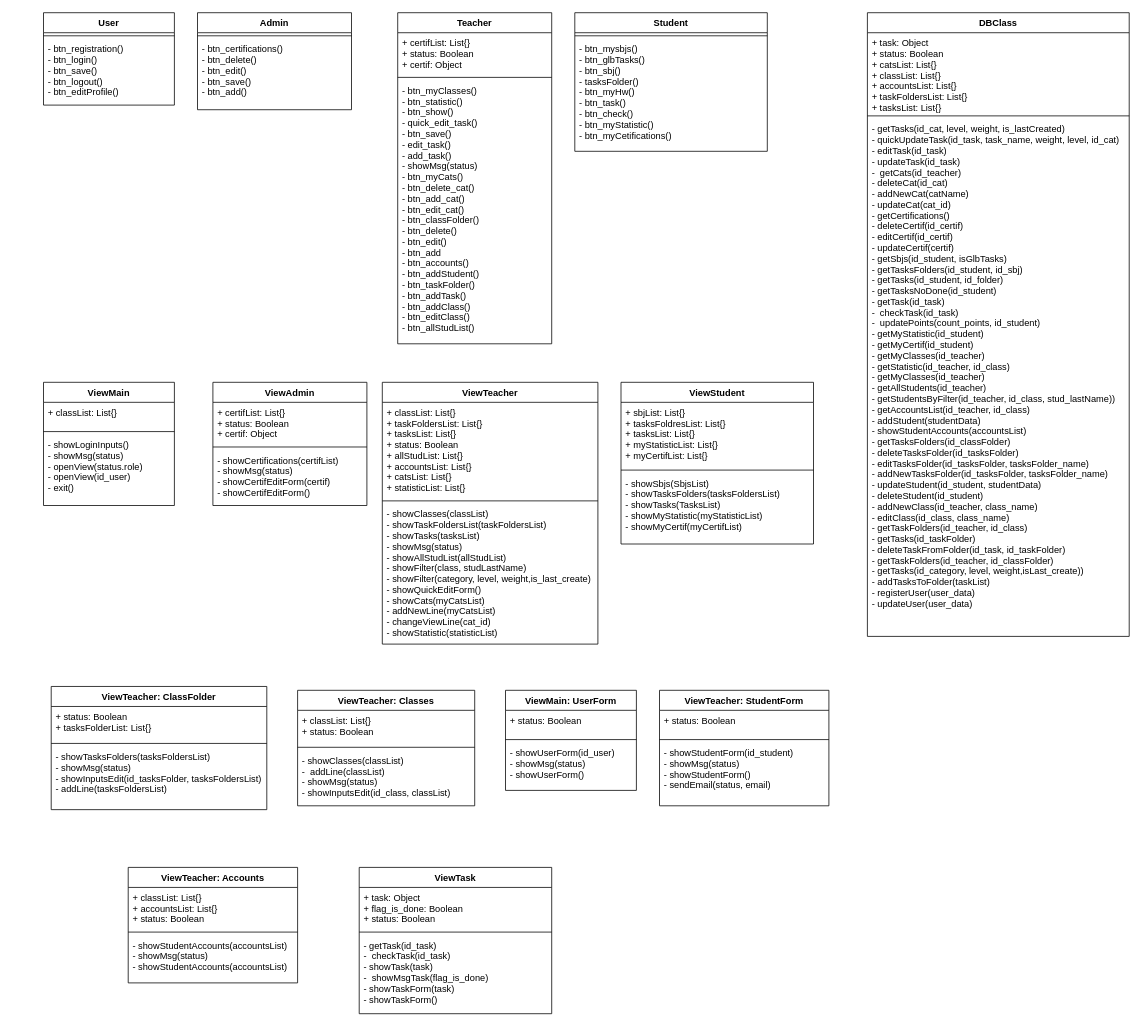
This is page "AllClasses" (9 of 9) of activity_diagram(all classes 28.1).drawio from alsousha/projectFinish, a draw.io file, before an edit. Source tidied: cells renumbered, new cells numbered last; positions are measured from the earlier drawing's top-left corner, leaving out a move shared by most shapes. Both pictures are drawn from the tidied source at 77%, with x=0, y=0 at pixel (43, 12).
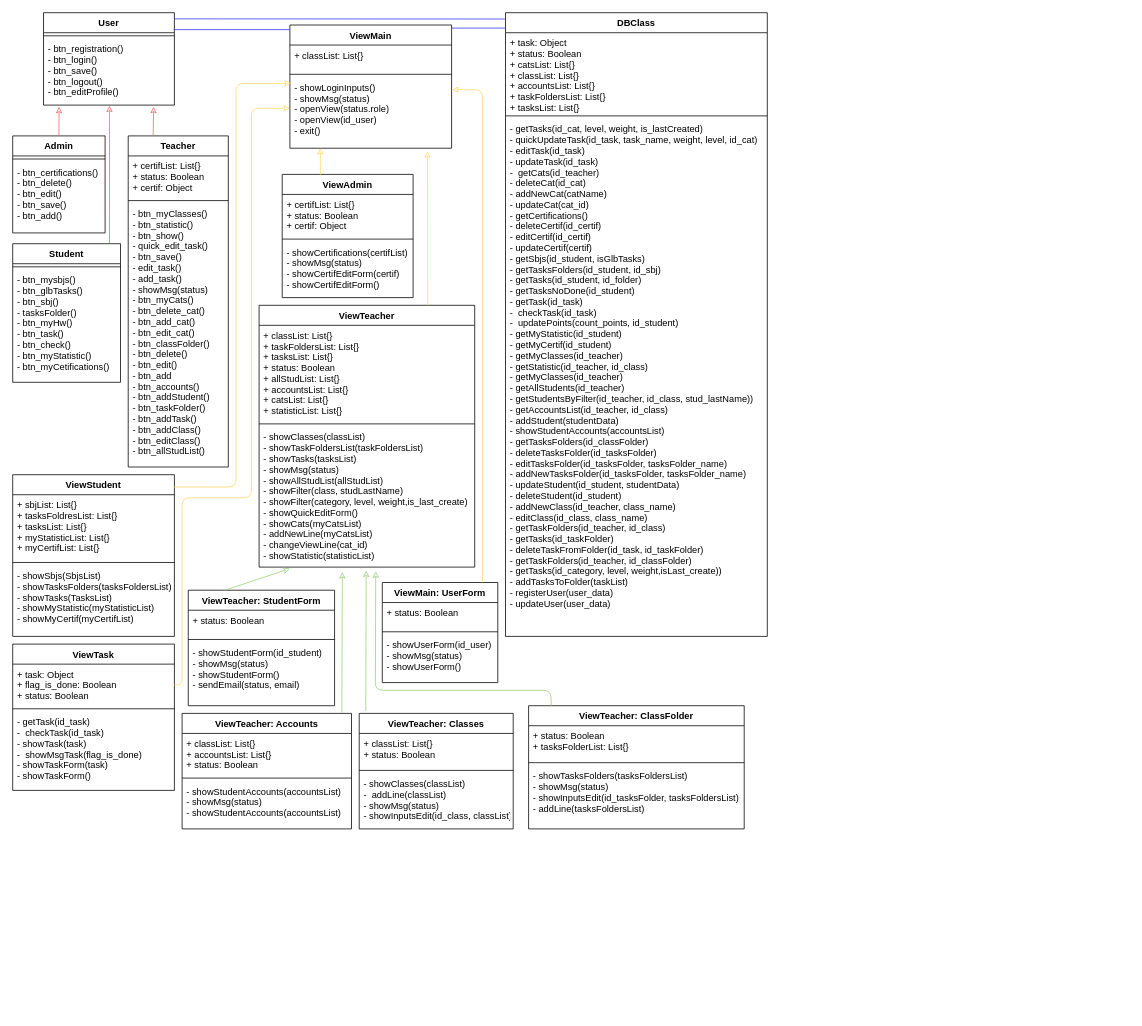
Above is the later version.

The change refers to these unchanged cells:
```xml
<mxCell id="35" value="- showClasses(classList)&#10;- showTaskFoldersList(taskFoldersList)&#10;- showTasks(tasksList)&#10;- showMsg(status)&#10;- showAllStudList(allStudList)&#10;- showFilter(class, studLastName)&#10;- showFilter(category, level, weight,is_last_create)&#10;- showQuickEditForm()&#10;- showCats(myCatsList)&#10;- addNewLine(myCatsList)&#10;- changeViewLine(cat_id)&#10;- showStatistic(statisticList)&#10;&#10;&#10;&#10;" style="text;strokeColor=none;fillColor=none;align=left;verticalAlign=top;spacingLeft=4;spacingRight=4;overflow=hidden;points=[[0,0.5],[1,0.5]];portConstraint=eastwest;" parent="32" vertex="1">
  <mxGeometry y="158" width="280" height="182" as="geometry" />
</mxCell>
<mxCell id="50" value="- btn_registration()&#10;- btn_login()&#10;- btn_save()&#10;- btn_logout()&#10;- btn_editProfile()" style="text;strokeColor=none;fillColor=none;align=left;verticalAlign=top;spacingLeft=4;spacingRight=4;overflow=hidden;points=[[0,0.5],[1,0.5]];portConstraint=eastwest;" parent="48" vertex="1">
  <mxGeometry y="34" width="170" height="86" as="geometry" />
</mxCell>
```

Change to the diagram source:
```diff
@@
     <mxCell id="2" value="Student" style="swimlane;fontStyle=1;align=center;verticalAlign=top;horizontal=1;startSize=26;" parent="1" vertex="1">
-      <mxGeometry x="690" width="250" height="180" as="geometry" />
+      <mxGeometry x="-40" y="300" width="140" height="180" as="geometry" />
     </mxCell>
     <mxCell id="3" style="line;strokeWidth=1;fillColor=none;align=left;verticalAlign=middle;spacingTop=-1;spacingLeft=3;spacingRight=3;labelPosition=right;" parent="2" vertex="1">
-      <mxGeometry y="26" width="250" height="8" as="geometry" />
+      <mxGeometry y="26" width="140" height="8" as="geometry" />
     </mxCell>
     <mxCell id="4" value="- btn_mysbjs()&#10;- btn_glbTasks()&#10;- btn_sbj()&#10;- tasksFolder()&#10;- btn_myHw()&#10;- btn_task()&#10;- btn_check()&#10;- btn_myStatistic()&#10;- btn_myCetifications()&#10;&#10;&#10;&#10;" style="text;strokeColor=none;fillColor=none;align=left;verticalAlign=top;spacingLeft=4;spacingRight=4;overflow=hidden;" parent="2" vertex="1">
-      <mxGeometry y="34" width="250" height="146" as="geometry" />
+      <mxGeometry y="34" width="140" height="146" as="geometry" />
     </mxCell>
     <mxCell id="5" value="ViewStudent" style="swimlane;fontStyle=1;align=center;verticalAlign=top;horizontal=1;startSize=26;" parent="1" vertex="1">
-      <mxGeometry x="750" y="480" width="250" height="210" as="geometry" />
+      <mxGeometry x="-40" y="600" width="210" height="210" as="geometry" />
     </mxCell>
     <mxCell id="6" value="+ sbjList: List{}&#10;+ tasksFoldresList: List{}&#10;+ tasksList: List{}&#10;+ myStatisticList: List{}&#10;+ myCertifList: List{}&#10;" style="text;strokeColor=none;fillColor=none;align=left;verticalAlign=top;spacingLeft=4;spacingRight=4;overflow=hidden;" parent="5" vertex="1">
-      <mxGeometry y="26" width="250" height="84" as="geometry" />
+      <mxGeometry y="26" width="210" height="84" as="geometry" />
     </mxCell>
     <mxCell id="7" style="line;strokeWidth=1;fillColor=none;align=left;verticalAlign=middle;spacingTop=-1;spacingLeft=3;spacingRight=3;labelPosition=right;" parent="5" vertex="1">
-      <mxGeometry y="110" width="250" height="8" as="geometry" />
+      <mxGeometry y="110" width="210" height="8" as="geometry" />
     </mxCell>
     <mxCell id="8" value="- showSbjs(SbjsList)&#10;- showTasksFolders(tasksFoldersList)&#10;- showTasks(TasksList)&#10;- showMyStatistic(myStatisticList)&#10;- showMyCertif(myCertifList)&#10;&#10;" style="text;strokeColor=none;fillColor=none;align=left;verticalAlign=top;spacingLeft=4;spacingRight=4;overflow=hidden;" parent="5" vertex="1">
-      <mxGeometry y="118" width="250" height="92" as="geometry" />
+      <mxGeometry y="118" width="210" height="92" as="geometry" />
     </mxCell>
     <mxCell id="9" value="ViewTask" style="swimlane;fontStyle=1;align=center;verticalAlign=top;horizontal=1;startSize=26;" parent="1" vertex="1">
-      <mxGeometry x="410" y="1110" width="250" height="190" as="geometry" />
+      <mxGeometry x="-40" y="820" width="210" height="190" as="geometry" />
     </mxCell>
     <mxCell id="10" value="+ task: Object&#10;+ flag_is_done: Boolean&#10;+ status: Boolean" style="text;strokeColor=none;fillColor=none;align=left;verticalAlign=top;spacingLeft=4;spacingRight=4;overflow=hidden;points=[[0,0.5],[1,0.5]];portConstraint=eastwest;" parent="9" vertex="1">
-      <mxGeometry y="26" width="250" height="54" as="geometry" />
+      <mxGeometry y="26" width="210" height="54" as="geometry" />
     </mxCell>
     <mxCell id="11" style="line;strokeWidth=1;fillColor=none;align=left;verticalAlign=middle;spacingTop=-1;spacingLeft=3;spacingRight=3;labelPosition=right;" parent="9" vertex="1">
-      <mxGeometry y="80" width="250" height="8" as="geometry" />
+      <mxGeometry y="80" width="210" height="8" as="geometry" />
     </mxCell>
     <mxCell id="12" value="- getTask(id_task)&#10;-  checkTask(id_task)&#10;- showTask(task)&#10;-  showMsgTask(flag_is_done)&#10;- showTaskForm(task)&#10;- showTaskForm()" style="text;strokeColor=none;fillColor=none;align=left;verticalAlign=top;spacingLeft=4;spacingRight=4;overflow=hidden;" parent="9" vertex="1">
-      <mxGeometry y="88" width="250" height="102" as="geometry" />
+      <mxGeometry y="88" width="210" height="102" as="geometry" />
     </mxCell>
     <mxCell id="13" value="DBClass" style="swimlane;fontStyle=1;align=center;verticalAlign=top;horizontal=1;startSize=26;" parent="1" vertex="1">
-      <mxGeometry x="1070" width="340" height="810" as="geometry" />
+      <mxGeometry x="600" width="340" height="810" as="geometry" />
     </mxCell>
+    <mxCell id="59" style="endArrow=none;html=1;strokeColor=#3333FF;" parent="13" edge="1">
+      <mxGeometry relative="1" as="geometry">
+        <mxPoint x="-70" y="20" as="sourcePoint" />
+        <mxPoint y="20" as="targetPoint" />
+      </mxGeometry>
+    </mxCell>
@@
     <mxCell id="17" value="Admin" style="swimlane;fontStyle=1;align=center;verticalAlign=top;horizontal=1;startSize=26;" parent="1" vertex="1">
-      <mxGeometry x="200" width="200" height="126" as="geometry" />
+      <mxGeometry x="-40" y="160" width="120" height="126" as="geometry" />
     </mxCell>
     <mxCell id="18" style="line;strokeWidth=1;fillColor=none;align=left;verticalAlign=middle;spacingTop=-1;spacingLeft=3;spacingRight=3;labelPosition=right;" parent="17" vertex="1">
-      <mxGeometry y="26" width="200" height="8" as="geometry" />
+      <mxGeometry y="26" width="120" height="8" as="geometry" />
     </mxCell>
     <mxCell id="19" value="- btn_certifications()&#10;- btn_delete()&#10;- btn_edit()&#10;- btn_save()&#10;- btn_add()&#10;&#10;" style="text;strokeColor=none;fillColor=none;align=left;verticalAlign=top;spacingLeft=4;spacingRight=4;overflow=hidden;" parent="17" vertex="1">
-      <mxGeometry y="34" width="200" height="92" as="geometry" />
+      <mxGeometry y="34" width="120" height="92" as="geometry" />
     </mxCell>
     <mxCell id="20" value="ViewAdmin" style="swimlane;fontStyle=1;align=center;verticalAlign=top;horizontal=1;startSize=26;" parent="1" vertex="1">
-      <mxGeometry x="220" y="480" width="200" height="160" as="geometry" />
+      <mxGeometry x="310" y="210" width="170" height="160" as="geometry" />
     </mxCell>
     <mxCell id="21" value="+ certifList: List{}&#10;+ status: Boolean&#10;+ certif: Object&#10;" style="text;strokeColor=none;fillColor=none;align=left;verticalAlign=top;spacingLeft=4;spacingRight=4;overflow=hidden;" parent="20" vertex="1">
-      <mxGeometry y="26" width="200" height="54" as="geometry" />
+      <mxGeometry y="26" width="170" height="54" as="geometry" />
     </mxCell>
     <mxCell id="22" style="line;strokeWidth=1;fillColor=none;align=left;verticalAlign=middle;spacingTop=-1;spacingLeft=3;spacingRight=3;labelPosition=right;" parent="20" vertex="1">
-      <mxGeometry y="80" width="200" height="8" as="geometry" />
+      <mxGeometry y="80" width="170" height="8" as="geometry" />
     </mxCell>
     <mxCell id="23" value="- showCertifications(certifList)&#10;- showMsg(status)&#10;- showCertifEditForm(certif)&#10;- showCertifEditForm()&#10;&#10;&#10;" style="text;strokeColor=none;fillColor=none;align=left;verticalAlign=top;spacingLeft=4;spacingRight=4;overflow=hidden;" parent="20" vertex="1">
-      <mxGeometry y="88" width="200" height="72" as="geometry" />
+      <mxGeometry y="88" width="170" height="72" as="geometry" />
     </mxCell>
     <mxCell id="24" value="Teacher" style="swimlane;fontStyle=1;align=center;verticalAlign=top;horizontal=1;startSize=26;" parent="1" vertex="1">
-      <mxGeometry x="460" width="200" height="430" as="geometry" />
+      <mxGeometry x="110" y="160" width="130" height="430" as="geometry" />
     </mxCell>
     <mxCell id="25" value="+ certifList: List{}&#10;+ status: Boolean&#10;+ certif: Object&#10;" style="text;strokeColor=none;fillColor=none;align=left;verticalAlign=top;spacingLeft=4;spacingRight=4;overflow=hidden;" parent="24" vertex="1">
-      <mxGeometry y="26" width="200" height="54" as="geometry" />
+      <mxGeometry y="26" width="130" height="54" as="geometry" />
     </mxCell>
     <mxCell id="26" style="line;strokeWidth=1;fillColor=none;align=left;verticalAlign=middle;spacingTop=-1;spacingLeft=3;spacingRight=3;labelPosition=right;" parent="24" vertex="1">
-      <mxGeometry y="80" width="200" height="8" as="geometry" />
+      <mxGeometry y="80" width="130" height="8" as="geometry" />
     </mxCell>
     <mxCell id="27" value="- btn_myClasses()&#10;- btn_statistic()&#10;- btn_show()&#10;- quick_edit_task()&#10;- btn_save()&#10;- edit_task()&#10;- add_task()&#10;- showMsg(status)&#10;- btn_myCats()&#10;- btn_delete_cat()&#10;- btn_add_cat()&#10;- btn_edit_cat()&#10;- btn_classFolder()&#10;- btn_delete()&#10;- btn_edit()&#10;- btn_add&#10;- btn_accounts()&#10;- btn_addStudent()&#10;- btn_taskFolder()&#10;- btn_addTask()&#10;- btn_addClass()&#10;- btn_editClass()&#10;- btn_allStudList()&#10;&#10;&#10;" style="text;strokeColor=none;fillColor=none;align=left;verticalAlign=top;spacingLeft=4;spacingRight=4;overflow=hidden;" parent="24" vertex="1">
-      <mxGeometry y="88" width="200" height="342" as="geometry" />
+      <mxGeometry y="88" width="130" height="342" as="geometry" />
     </mxCell>
     <mxCell id="28" value="ViewTeacher: Classes" style="swimlane;fontStyle=1;align=center;verticalAlign=top;horizontal=1;startSize=26;" parent="1" vertex="1">
-      <mxGeometry x="330" y="880" width="230" height="150" as="geometry" />
+      <mxGeometry x="410" y="910" width="200" height="150" as="geometry" />
     </mxCell>
     <mxCell id="29" value="+ classList: List{}&#10;+ status: Boolean" style="text;strokeColor=none;fillColor=none;align=left;verticalAlign=top;spacingLeft=4;spacingRight=4;overflow=hidden;" parent="28" vertex="1">
-      <mxGeometry y="26" width="230" height="44" as="geometry" />
+      <mxGeometry y="26" width="200" height="44" as="geometry" />
     </mxCell>
     <mxCell id="30" style="line;strokeWidth=1;fillColor=none;align=left;verticalAlign=middle;spacingTop=-1;spacingLeft=3;spacingRight=3;labelPosition=right;" parent="28" vertex="1">
-      <mxGeometry y="70" width="230" height="8" as="geometry" />
+      <mxGeometry y="70" width="200" height="8" as="geometry" />
     </mxCell>
     <mxCell id="31" value="- showClasses(classList)&#10;-  addLine(classList)&#10;- showMsg(status)&#10;- showInputsEdit(id_class, classList)&#10;&#10;&#10;" style="text;strokeColor=none;fillColor=none;align=left;verticalAlign=top;spacingLeft=4;spacingRight=4;overflow=hidden;" parent="28" vertex="1">
-      <mxGeometry y="78" width="230" height="72" as="geometry" />
+      <mxGeometry y="78" width="200" height="72" as="geometry" />
     </mxCell>
     <mxCell id="32" value="ViewTeacher" style="swimlane;fontStyle=1;align=center;verticalAlign=top;horizontal=1;startSize=26;" parent="1" vertex="1">
-      <mxGeometry x="440" y="480" width="280" height="340" as="geometry" />
+      <mxGeometry x="280" y="380" width="280" height="340" as="geometry" />
     </mxCell>
@@
     <mxCell id="36" value="ViewTeacher: ClassFolder" style="swimlane;fontStyle=1;align=center;verticalAlign=top;horizontal=1;startSize=26;" parent="1" vertex="1">
-      <mxGeometry x="10" y="875" width="280" height="160" as="geometry" />
+      <mxGeometry x="630" y="900" width="280" height="160" as="geometry" />
     </mxCell>
@@
     <mxCell id="40" value="ViewTeacher: StudentForm" style="swimlane;fontStyle=1;align=center;verticalAlign=top;horizontal=1;startSize=26;" parent="1" vertex="1">
-      <mxGeometry x="800" y="880" width="220" height="150" as="geometry" />
+      <mxGeometry x="188" y="750" width="190" height="150" as="geometry" />
     </mxCell>
     <mxCell id="41" value="+ status: Boolean" style="text;strokeColor=none;fillColor=none;align=left;verticalAlign=top;spacingLeft=4;spacingRight=4;overflow=hidden;" parent="40" vertex="1">
-      <mxGeometry y="26" width="220" height="34" as="geometry" />
+      <mxGeometry y="26" width="190" height="34" as="geometry" />
     </mxCell>
     <mxCell id="42" style="line;strokeWidth=1;fillColor=none;align=left;verticalAlign=middle;spacingTop=-1;spacingLeft=3;spacingRight=3;labelPosition=right;" parent="40" vertex="1">
-      <mxGeometry y="60" width="220" height="8" as="geometry" />
+      <mxGeometry y="60" width="190" height="8" as="geometry" />
     </mxCell>
     <mxCell id="43" value="- showStudentForm(id_student)&#10;- showMsg(status)&#10;- showStudentForm()&#10;- sendEmail(status, email)&#10;" style="text;strokeColor=none;fillColor=none;align=left;verticalAlign=top;spacingLeft=4;spacingRight=4;overflow=hidden;" parent="40" vertex="1">
-      <mxGeometry y="68" width="220" height="82" as="geometry" />
+      <mxGeometry y="68" width="190" height="82" as="geometry" />
     </mxCell>
     <mxCell id="44" value="ViewTeacher: Accounts" style="swimlane;fontStyle=1;align=center;verticalAlign=top;horizontal=1;startSize=26;" parent="1" vertex="1">
-      <mxGeometry x="110" y="1110" width="220" height="150" as="geometry" />
+      <mxGeometry x="180" y="910" width="220" height="150" as="geometry" />
     </mxCell>
@@
     <mxCell id="51" value="ViewMain" style="swimlane;fontStyle=1;align=center;verticalAlign=top;horizontal=1;startSize=26;" parent="1" vertex="1">
-      <mxGeometry y="480" width="170" height="160" as="geometry" />
+      <mxGeometry x="320" y="16" width="210" height="160" as="geometry" />
     </mxCell>
     <mxCell id="52" value="+ classList: List{}&#10;" style="text;strokeColor=none;fillColor=none;align=left;verticalAlign=top;spacingLeft=4;spacingRight=4;overflow=hidden;" parent="51" vertex="1">
-      <mxGeometry y="26" width="170" height="34" as="geometry" />
+      <mxGeometry y="26" width="210" height="34" as="geometry" />
     </mxCell>
     <mxCell id="53" style="line;strokeWidth=1;fillColor=none;align=left;verticalAlign=middle;spacingTop=-1;spacingLeft=3;spacingRight=3;labelPosition=right;" parent="51" vertex="1">
-      <mxGeometry y="60" width="170" height="8" as="geometry" />
+      <mxGeometry y="60" width="210" height="8" as="geometry" />
     </mxCell>
     <mxCell id="54" value="- showLoginInputs()&#10;- showMsg(status)&#10;- openView(status.role)&#10;- openView(id_user)&#10;- exit()&#10;" style="text;strokeColor=none;fillColor=none;align=left;verticalAlign=top;spacingLeft=4;spacingRight=4;overflow=hidden;points=[[0,0.5],[1,0.5]];portConstraint=eastwest;" parent="51" vertex="1">
-      <mxGeometry y="68" width="170" height="92" as="geometry" />
+      <mxGeometry y="68" width="210" height="92" as="geometry" />
     </mxCell>
     <mxCell id="55" value="ViewMain: UserForm" style="swimlane;fontStyle=1;align=center;verticalAlign=top;horizontal=1;startSize=26;" parent="1" vertex="1">
-      <mxGeometry x="600" y="880" width="170" height="130" as="geometry" />
+      <mxGeometry x="440" y="740" width="150" height="130" as="geometry" />
     </mxCell>
     <mxCell id="56" value="+ status: Boolean" style="text;strokeColor=none;fillColor=none;align=left;verticalAlign=top;spacingLeft=4;spacingRight=4;overflow=hidden;" parent="55" vertex="1">
-      <mxGeometry y="26" width="170" height="34" as="geometry" />
+      <mxGeometry y="26" width="150" height="34" as="geometry" />
     </mxCell>
     <mxCell id="57" style="line;strokeWidth=1;fillColor=none;align=left;verticalAlign=middle;spacingTop=-1;spacingLeft=3;spacingRight=3;labelPosition=right;" parent="55" vertex="1">
-      <mxGeometry y="60" width="170" height="8" as="geometry" />
+      <mxGeometry y="60" width="150" height="8" as="geometry" />
     </mxCell>
     <mxCell id="58" value="- showUserForm(id_user)&#10;- showMsg(status)&#10;- showUserForm()&#10;" style="text;strokeColor=none;fillColor=none;align=left;verticalAlign=top;spacingLeft=4;spacingRight=4;overflow=hidden;" parent="55" vertex="1">
-      <mxGeometry y="68" width="170" height="62" as="geometry" />
+      <mxGeometry y="68" width="150" height="62" as="geometry" />
     </mxCell>
+    <mxCell id="60" style="endArrow=classic;html=1;exitX=0.5;exitY=0;exitDx=0;exitDy=0;entryX=0.119;entryY=1.024;entryDx=0;entryDy=0;entryPerimeter=0;endFill=0;strokeColor=#EA6B66;" parent="1" edge="1" source="17" target="50">
+      <mxGeometry relative="1" as="geometry" />
+    </mxCell>
+    <mxCell id="61" style="endArrow=classic;html=1;exitX=0.898;exitY=-0.003;exitDx=0;exitDy=0;endFill=0;exitPerimeter=0;entryX=0.504;entryY=1.007;entryDx=0;entryDy=0;entryPerimeter=0;strokeColor=#EA6B66;" parent="1" edge="1" source="2" target="50">
+      <mxGeometry relative="1" as="geometry" />
+    </mxCell>
+    <mxCell id="62" style="endArrow=classic;html=1;exitX=0.25;exitY=0;exitDx=0;exitDy=0;entryX=0.841;entryY=1.024;entryDx=0;entryDy=0;entryPerimeter=0;endFill=0;strokeColor=#EA6B66;" parent="1" edge="1" source="24" target="50">
+      <mxGeometry relative="1" as="geometry" />
+    </mxCell>
+    <mxCell id="63" style="endArrow=classic;html=1;exitX=0.292;exitY=0.002;exitDx=0;exitDy=0;endFill=0;exitPerimeter=0;strokeColor=#FFD966;entryX=0.188;entryY=0.997;entryDx=0;entryDy=0;entryPerimeter=0;" parent="1" edge="1" source="20" target="54">
+      <mxGeometry relative="1" as="geometry" />
+    </mxCell>
+    <mxCell id="64" style="endArrow=classic;html=1;exitX=0.75;exitY=0;exitDx=0;exitDy=0;entryX=0.999;entryY=1;entryDx=0;entryDy=0;entryPerimeter=0;endFill=0;strokeColor=#FFD966;" parent="1" edge="1">
+      <mxGeometry relative="1" as="geometry">
+        <mxPoint x="499" y="380" as="sourcePoint" />
+        <mxPoint x="498.8" y="180" as="targetPoint" />
+      </mxGeometry>
+    </mxCell>
+    <mxCell id="65" style="endArrow=classic;html=1;exitX=1;exitY=0.5;exitDx=0;exitDy=0;entryX=0;entryY=0.437;entryDx=0;entryDy=0;entryPerimeter=0;endFill=0;strokeColor=#FFD966;" parent="1" edge="1" source="10" target="54">
+      <mxGeometry relative="1" as="geometry">
+        <Array as="points">
+          <mxPoint x="180" y="873" />
+          <mxPoint x="180" y="630" />
+          <mxPoint x="270" y="630" />
+          <mxPoint x="270" y="124" />
+        </Array>
+      </mxGeometry>
+    </mxCell>
+    <mxCell id="66" style="endArrow=classic;html=1;exitX=0.999;exitY=0.076;exitDx=0;exitDy=0;entryX=0.006;entryY=0.087;entryDx=0;entryDy=0;entryPerimeter=0;endFill=0;exitPerimeter=0;strokeColor=#FFD966;" parent="1" edge="1" source="5" target="54">
+      <mxGeometry relative="1" as="geometry">
+        <Array as="points">
+          <mxPoint x="250" y="616" />
+          <mxPoint x="250" y="92" />
+        </Array>
+      </mxGeometry>
+    </mxCell>
+    <mxCell id="67" style="endArrow=classic;html=1;entryX=1.003;entryY=0.174;entryDx=0;entryDy=0;entryPerimeter=0;endFill=0;strokeColor=#FFD966;" parent="1" edge="1" target="54">
+      <mxGeometry relative="1" as="geometry">
+        <mxPoint x="570" y="740" as="sourcePoint" />
+        <Array as="points">
+          <mxPoint x="570" y="100" />
+        </Array>
+      </mxGeometry>
+    </mxCell>
+    <mxCell id="68" style="endArrow=classic;html=1;exitX=0.25;exitY=0;exitDx=0;exitDy=0;endFill=0;strokeColor=#97D077;" parent="1" edge="1" source="40">
+      <mxGeometry relative="1" as="geometry">
+        <mxPoint x="320" y="722" as="targetPoint" />
+      </mxGeometry>
+    </mxCell>
+    <mxCell id="69" style="endArrow=classic;html=1;exitX=0.105;exitY=0;exitDx=0;exitDy=0;entryX=0.541;entryY=1.031;entryDx=0;entryDy=0;entryPerimeter=0;endFill=0;strokeColor=#97D077;exitPerimeter=0;" parent="1" edge="1" source="36" target="35">
+      <mxGeometry relative="1" as="geometry">
+        <Array as="points">
+          <mxPoint x="659" y="880" />
+          <mxPoint x="431" y="880" />
+        </Array>
+      </mxGeometry>
+    </mxCell>
+    <mxCell id="70" style="endArrow=classic;html=1;exitX=0.943;exitY=-0.008;exitDx=0;exitDy=0;endFill=0;strokeColor=#97D077;exitPerimeter=0;entryX=0.386;entryY=1.035;entryDx=0;entryDy=0;entryPerimeter=0;" parent="1" edge="1" source="44" target="35">
+      <mxGeometry relative="1" as="geometry" />
+    </mxCell>
+    <mxCell id="71" style="endArrow=classic;html=1;exitX=0.943;exitY=-0.008;exitDx=0;exitDy=0;endFill=0;strokeColor=#97D077;exitPerimeter=0;entryX=0.386;entryY=1.035;entryDx=0;entryDy=0;entryPerimeter=0;" parent="1" edge="1">
+      <mxGeometry relative="1" as="geometry">
+        <mxPoint x="418.5" y="906.8" as="sourcePoint" />
+        <mxPoint x="419.1" y="724.4" as="targetPoint" />
+      </mxGeometry>
+    </mxCell>
+    <mxCell id="72" style="endArrow=none;html=1;strokeColor=#3333FF;exitX=1.002;exitY=0.1;exitDx=0;exitDy=0;exitPerimeter=0;entryX=-0.002;entryY=0.015;entryDx=0;entryDy=0;entryPerimeter=0;" parent="1" edge="1">
+      <mxGeometry relative="1" as="geometry">
+        <mxPoint x="170.3" y="8" as="sourcePoint" />
+        <mxPoint x="599.3" y="8.2" as="targetPoint" />
+      </mxGeometry>
+    </mxCell>
+    <mxCell id="73" style="endArrow=none;html=1;strokeColor=#3333FF;" parent="1" edge="1">
+      <mxGeometry relative="1" as="geometry">
+        <mxPoint x="169" y="22" as="sourcePoint" />
+        <mxPoint x="320" y="22" as="targetPoint" />
+      </mxGeometry>
+    </mxCell>
```
